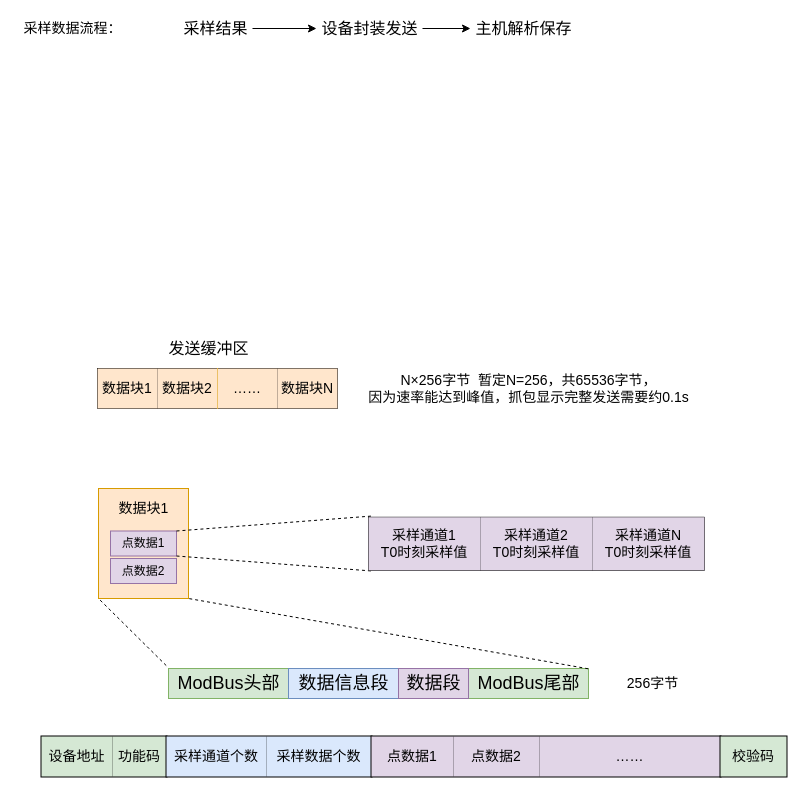
The draw.io diagram page "数据块组织" (3 of 5) of Untitled Diagram.drawio in fuxinsen/test, before the edit. Source tidied: cells renumbered, new cells numbered last; positions are measured from the earlier drawing's top-left corner, leaving out a move shared by most shapes. Both pictures are drawn from the tidied source at 100%, with x=0, y=0 at pixel (17, 16).
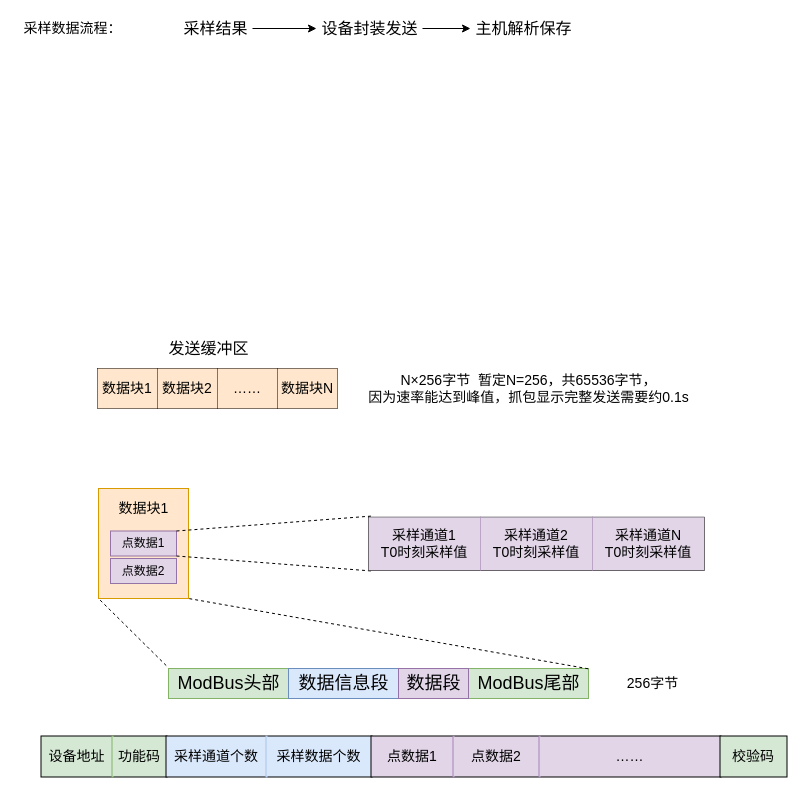
Above is the later version.

The change refers to these unchanged cells:
```xml
<mxCell id="3" style="shape=partialRectangle;html=1;whiteSpace=wrap;fillColor=none;top=0;left=0;bottom=0;right=0;fontSize=14;" parent="2" vertex="1">
  <mxGeometry width="745" height="40" as="geometry" />
</mxCell>
<mxCell id="23" style="shape=partialRectangle;html=1;whiteSpace=wrap;fillColor=none;top=0;left=0;bottom=0;right=0;points=[[0,0.5],[1,0.5]];portConstraint=eastwest;fontSize=14;" parent="22" vertex="1">
  <mxGeometry width="336" height="53" as="geometry" />
</mxCell>
<mxCell id="31" style="shape=partialRectangle;html=1;whiteSpace=wrap;fillColor=none;top=0;left=0;bottom=0;right=0;" parent="30" vertex="1">
  <mxGeometry width="240" height="40" as="geometry" />
</mxCell>
```

The edit, as a diff of the source:
```diff
@@
-    <mxCell id="4" value="设备地址" style="shape=partialRectangle;html=1;whiteSpace=wrap;overflow=hidden;fillColor=#d5e8d4;top=0;left=0;bottom=0;right=0;strokeColor=#82b366;perimeterSpacing=1;strokeWidth=2;fontSize=14;" parent="3" vertex="1">
+    <mxCell id="4" value="设备地址" style="shape=partialRectangle;html=1;whiteSpace=wrap;overflow=hidden;fillColor=#d5e8d4;top=0;left=0;bottom=0;right=1;strokeColor=#82b366;perimeterSpacing=1;strokeWidth=2;fontSize=14;" parent="3" vertex="1">
       <mxGeometry width="71" height="40" as="geometry" />
     </mxCell>
@@
-    <mxCell id="6" value="采样通道个数" style="shape=partialRectangle;html=1;whiteSpace=wrap;overflow=hidden;fillColor=#dae8fc;top=0;left=0;bottom=0;right=0;strokeWidth=2;fontSize=14;" parent="3" vertex="1">
+    <mxCell id="6" value="采样通道个数" style="shape=partialRectangle;html=1;whiteSpace=wrap;overflow=hidden;fillColor=#dae8fc;top=0;left=0;bottom=0;right=1;strokeWidth=2;fontSize=14;strokeColor=#A9C4EB;" parent="3" vertex="1">
       <mxGeometry x="125" width="100" height="40" as="geometry" />
     </mxCell>
@@
-    <mxCell id="8" value="点数据1" style="shape=partialRectangle;html=1;whiteSpace=wrap;overflow=hidden;fillColor=#e1d5e7;top=0;left=0;bottom=0;right=0;strokeWidth=2;perimeterSpacing=0;shadow=0;fontSize=14;" parent="3" vertex="1">
+    <mxCell id="8" value="点数据1" style="shape=partialRectangle;html=1;whiteSpace=wrap;overflow=hidden;fillColor=#e1d5e7;top=0;left=0;bottom=0;right=1;strokeWidth=2;perimeterSpacing=0;shadow=0;fontSize=14;strokeColor=#A680B8;" parent="3" vertex="1">
       <mxGeometry x="330" width="82" height="40" as="geometry" />
     </mxCell>
-    <mxCell id="9" value="点数据2" style="shape=partialRectangle;html=1;whiteSpace=wrap;overflow=hidden;fillColor=#e1d5e7;top=0;left=0;bottom=0;right=0;strokeColor=#9673a6;strokeWidth=2;fontSize=14;" parent="3" vertex="1">
+    <mxCell id="9" value="点数据2" style="shape=partialRectangle;html=1;whiteSpace=wrap;overflow=hidden;fillColor=#e1d5e7;top=0;left=0;bottom=0;right=1;strokeWidth=2;fontSize=14;strokeColor=#A680B8;" parent="3" vertex="1">
       <mxGeometry x="412" width="86" height="40" as="geometry" />
     </mxCell>
@@
-    <mxCell id="24" value="采样通道1&lt;br style=&quot;font-size: 14px;&quot;&gt;T0时刻采样值" style="shape=partialRectangle;html=1;whiteSpace=wrap;overflow=hidden;fillColor=#e1d5e7;top=0;left=0;bottom=0;right=0;strokeColor=#9673a6;fontSize=14;" parent="23" vertex="1">
+    <mxCell id="24" value="采样通道1&lt;br style=&quot;font-size: 14px;&quot;&gt;T0时刻采样值" style="shape=partialRectangle;html=1;whiteSpace=wrap;overflow=hidden;fillColor=#e1d5e7;top=0;left=0;bottom=0;right=1;strokeColor=#9673a6;fontSize=14;" parent="23" vertex="1">
       <mxGeometry width="112" height="53" as="geometry" />
     </mxCell>
-    <mxCell id="25" value="采样通道2&lt;br style=&quot;font-size: 14px;&quot;&gt;T0时刻采样值" style="shape=partialRectangle;html=1;whiteSpace=wrap;overflow=hidden;fillColor=#e1d5e7;top=0;left=0;bottom=0;right=0;strokeColor=#9673a6;fontSize=14;" parent="23" vertex="1">
+    <mxCell id="25" value="采样通道2&lt;br style=&quot;font-size: 14px;&quot;&gt;T0时刻采样值" style="shape=partialRectangle;html=1;whiteSpace=wrap;overflow=hidden;fillColor=#e1d5e7;top=0;left=0;bottom=0;right=1;strokeColor=#9673a6;fontSize=14;" parent="23" vertex="1">
       <mxGeometry x="112" width="112" height="53" as="geometry" />
     </mxCell>
@@
-    <mxCell id="32" value="数据块1" style="shape=partialRectangle;html=1;whiteSpace=wrap;overflow=hidden;fillColor=#ffe6cc;top=0;left=0;bottom=0;right=0;strokeColor=#d79b00;fontSize=14;" parent="31" vertex="1">
+    <mxCell id="32" value="数据块1" style="shape=partialRectangle;html=1;whiteSpace=wrap;overflow=hidden;fillColor=#ffe6cc;top=0;left=0;bottom=0;right=1;fontSize=14;" parent="31" vertex="1">
       <mxGeometry width="60" height="40" as="geometry" />
     </mxCell>
-    <mxCell id="33" value="数据块2" style="shape=partialRectangle;html=1;whiteSpace=wrap;overflow=hidden;fillColor=#ffe6cc;top=0;left=0;bottom=0;right=1;strokeColor=#d79b00;fontSize=14;" parent="31" vertex="1">
+    <mxCell id="33" value="数据块2" style="shape=partialRectangle;html=1;whiteSpace=wrap;overflow=hidden;fillColor=#ffe6cc;top=0;left=0;bottom=0;right=1;fontSize=14;" parent="31" vertex="1">
       <mxGeometry x="60" width="60" height="40" as="geometry" />
     </mxCell>
-    <mxCell id="34" value="……" style="shape=partialRectangle;html=1;whiteSpace=wrap;overflow=hidden;fillColor=#ffe6cc;top=0;left=0;bottom=0;right=0;strokeColor=#d79b00;fontSize=14;" parent="31" vertex="1">
+    <mxCell id="34" value="……" style="shape=partialRectangle;html=1;whiteSpace=wrap;overflow=hidden;fillColor=#ffe6cc;top=0;left=0;bottom=0;right=1;fontSize=14;" parent="31" vertex="1">
       <mxGeometry x="120" width="60" height="40" as="geometry" />
     </mxCell>
```
